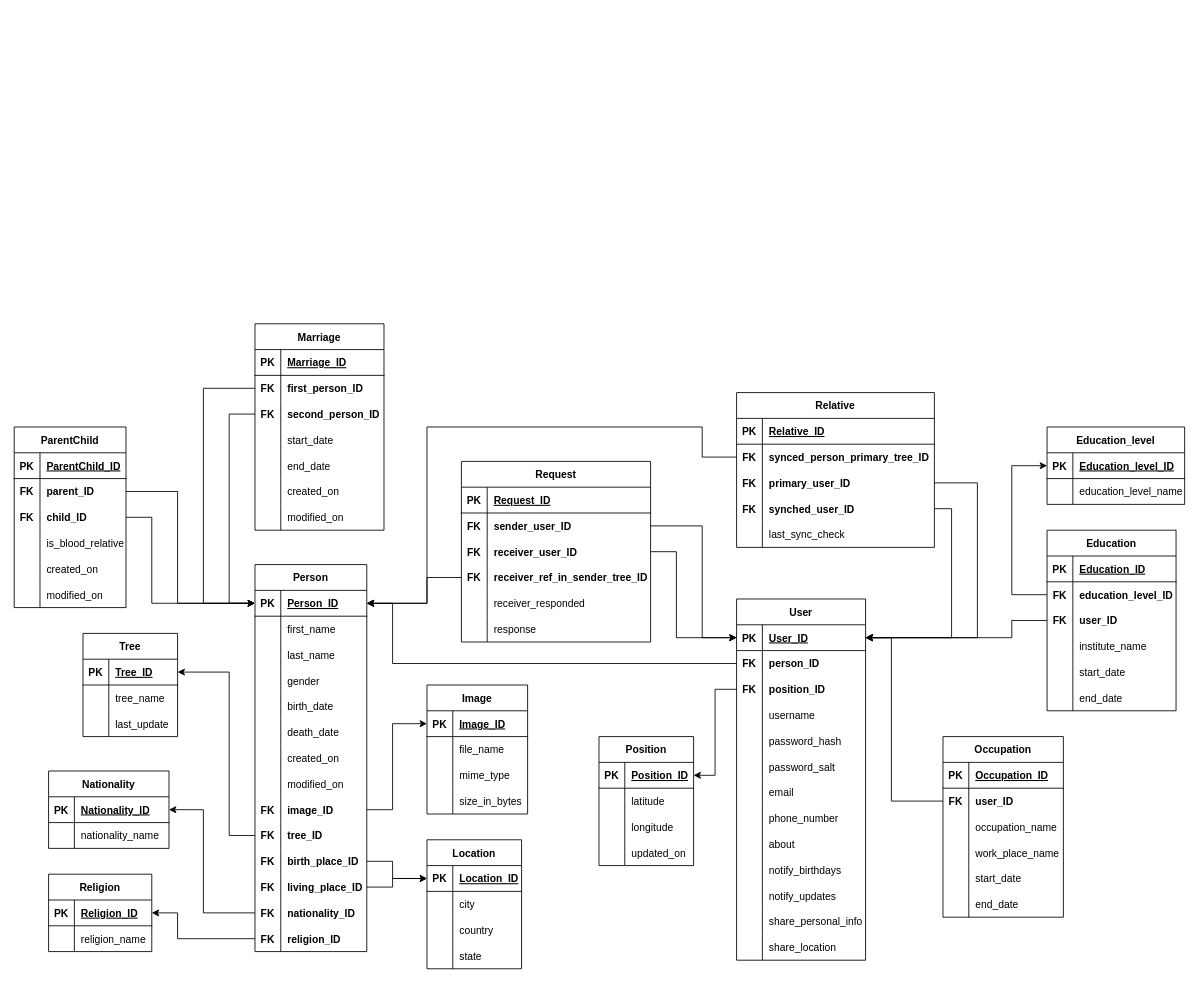
Above: genealoryTree.drawio in bogdandr14/Genealogy-Tree (draw.io), before the change. Source tidied: cells renumbered, new cells numbered last; positions are measured from the earlier drawing's top-left corner, leaving out a move shared by most shapes. Both pictures are drawn from the tidied source at 86%, with x=0, y=0 at pixel (14, 323).
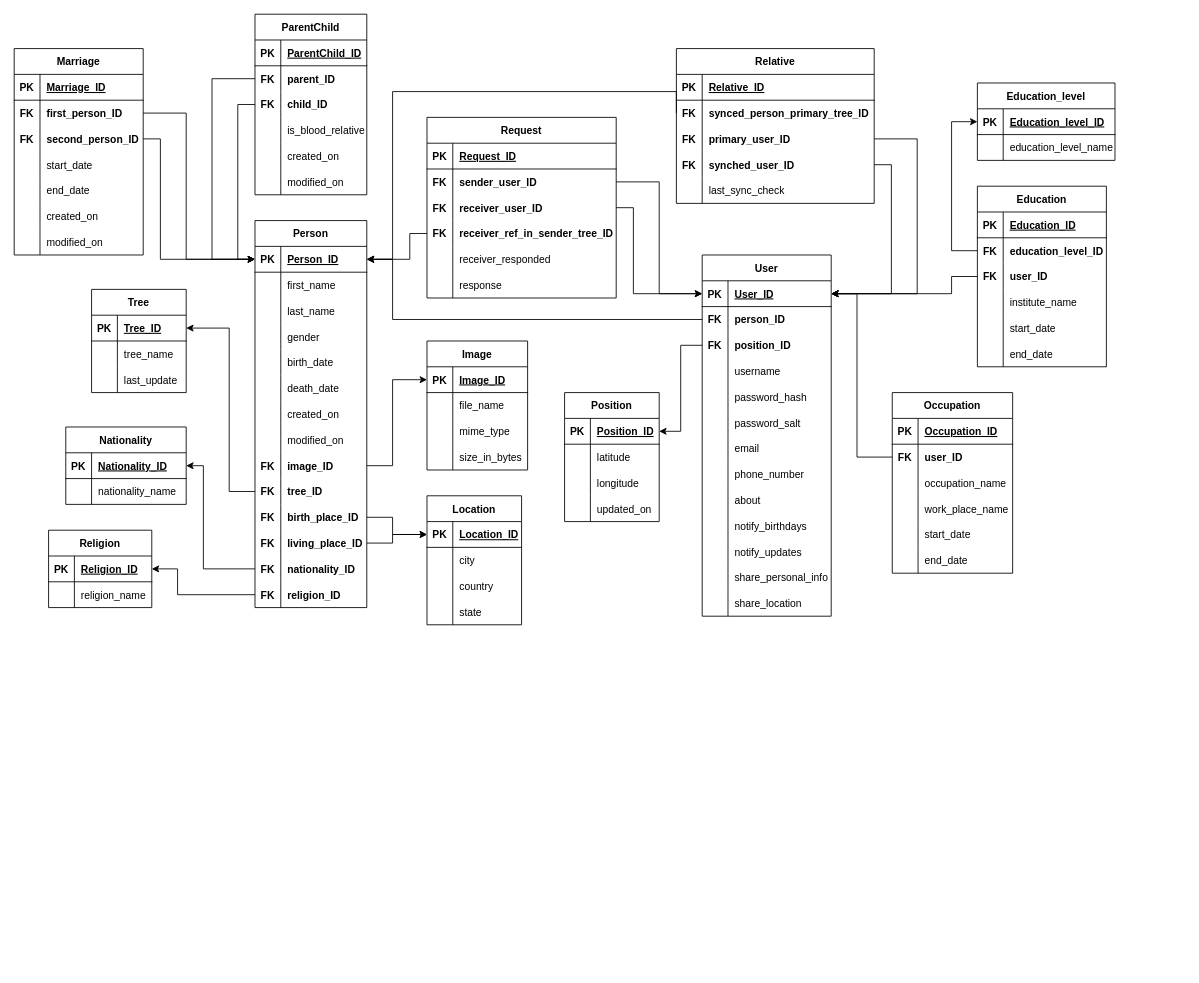
Above is the later version.

The change refers to these unchanged cells:
```xml
<mxCell id="3" style="shape=partialRectangle;fillColor=none;top=0;left=0;bottom=1;right=0;points=[[0,0.5],[1,0.5]];portConstraint=eastwest;" parent="2" vertex="1">
<mxCell id="27" style="shape=partialRectangle;fillColor=none;top=0;left=0;bottom=0;right=0;points=[[0,0.5],[1,0.5]];portConstraint=eastwest;" parent="2" vertex="1">
<mxCell id="30" style="shape=partialRectangle;fillColor=none;top=0;left=0;bottom=0;right=0;points=[[0,0.5],[1,0.5]];portConstraint=eastwest;fontStyle=1;" parent="2" vertex="1">
<mxCell id="33" style="shape=partialRectangle;fillColor=none;top=0;left=0;bottom=0;right=0;points=[[0,0.5],[1,0.5]];portConstraint=eastwest;" parent="2" vertex="1">
<mxCell id="36" style="shape=partialRectangle;fillColor=none;top=0;left=0;bottom=0;right=0;points=[[0,0.5],[1,0.5]];portConstraint=eastwest;" parent="2" vertex="1">
<mxCell id="39" style="shape=partialRectangle;fillColor=none;top=0;left=0;bottom=0;right=0;points=[[0,0.5],[1,0.5]];portConstraint=eastwest;" parent="2" vertex="1">
<mxCell id="42" style="shape=partialRectangle;fillColor=none;top=0;left=0;bottom=0;right=0;points=[[0,0.5],[1,0.5]];portConstraint=eastwest;" parent="2" vertex="1">
<mxCell id="51" style="shape=partialRectangle;fillColor=none;top=0;left=0;bottom=0;right=0;points=[[0,0.5],[1,0.5]];portConstraint=eastwest;fontStyle=1;" parent="47" vertex="1">
<mxCell id="54" style="shape=partialRectangle;fillColor=none;top=0;left=0;bottom=0;right=0;points=[[0,0.5],[1,0.5]];portConstraint=eastwest;fontStyle=1;" parent="47" vertex="1">
<mxCell id="73" style="shape=partialRectangle;fillColor=none;top=0;left=0;bottom=0;right=0;points=[[0,0.5],[1,0.5]];portConstraint=eastwest;fontStyle=1;" parent="69" vertex="1">
<mxCell id="76" style="shape=partialRectangle;fillColor=none;top=0;left=0;bottom=0;right=0;points=[[0,0.5],[1,0.5]];portConstraint=eastwest;fontStyle=1;" parent="69" vertex="1">
<mxCell id="79" style="shape=partialRectangle;fillColor=none;top=0;left=0;bottom=0;right=0;points=[[0,0.5],[1,0.5]];portConstraint=eastwest;fontStyle=1;" parent="69" vertex="1">
<mxCell id="86" style="shape=partialRectangle;fillColor=none;top=0;left=0;bottom=1;right=0;points=[[0,0.5],[1,0.5]];portConstraint=eastwest;" parent="85" vertex="1">
<mxCell id="89" style="shape=partialRectangle;fillColor=none;top=0;left=0;bottom=0;right=0;points=[[0,0.5],[1,0.5]];portConstraint=eastwest;fontStyle=1;" parent="85" vertex="1">
<mxCell id="126" style="shape=partialRectangle;fillColor=none;top=0;left=0;bottom=1;right=0;points=[[0,0.5],[1,0.5]];portConstraint=eastwest;" parent="125" vertex="1">
<mxCell id="147" style="shape=partialRectangle;fillColor=none;top=0;left=0;bottom=0;right=0;points=[[0,0.5],[1,0.5]];portConstraint=eastwest;fontStyle=1;" parent="143" vertex="1">
<mxCell id="150" style="shape=partialRectangle;fillColor=none;top=0;left=0;bottom=0;right=0;points=[[0,0.5],[1,0.5]];portConstraint=eastwest;fontStyle=1;" parent="143" vertex="1">
<mxCell id="164" style="shape=partialRectangle;fillColor=none;top=0;left=0;bottom=1;right=0;points=[[0,0.5],[1,0.5]];portConstraint=eastwest;" parent="163" vertex="1">
<mxCell id="175" style="shape=partialRectangle;fillColor=none;top=0;left=0;bottom=0;right=0;points=[[0,0.5],[1,0.5]];portConstraint=eastwest;fontStyle=1;" parent="171" vertex="1">
<mxCell id="194" style="shape=partialRectangle;fillColor=none;top=0;left=0;bottom=0;right=0;points=[[0,0.5],[1,0.5]];portConstraint=eastwest;fontStyle=1;" parent="190" vertex="1">
<mxCell id="197" style="shape=partialRectangle;fillColor=none;top=0;left=0;bottom=0;right=0;points=[[0,0.5],[1,0.5]];portConstraint=eastwest;fontStyle=1;" parent="190" vertex="1">
<mxCell id="200" style="shape=partialRectangle;fillColor=none;top=0;left=0;bottom=0;right=0;points=[[0,0.5],[1,0.5]];portConstraint=eastwest;fontStyle=1;" parent="190" vertex="1">
<mxCell id="217" style="shape=partialRectangle;fillColor=none;top=0;left=0;bottom=0;right=0;points=[[0,0.5],[1,0.5]];portConstraint=eastwest;fontStyle=1;" parent="213" vertex="1">
<mxCell id="220" style="shape=partialRectangle;fillColor=none;top=0;left=0;bottom=0;right=0;points=[[0,0.5],[1,0.5]];portConstraint=eastwest;fontStyle=1;" parent="213" vertex="1">
<mxCell id="235" style="shape=partialRectangle;fillColor=none;top=0;left=0;bottom=1;right=0;points=[[0,0.5],[1,0.5]];portConstraint=eastwest;" parent="234" vertex="1">
<mxCell id="244" style="shape=partialRectangle;fillColor=none;top=0;left=0;bottom=1;right=0;points=[[0,0.5],[1,0.5]];portConstraint=eastwest;" parent="243" vertex="1">
<mxCell id="254" style="shape=partialRectangle;fillColor=none;top=0;left=0;bottom=1;right=0;points=[[0,0.5],[1,0.5]];portConstraint=eastwest;" parent="253" vertex="1">
<mxCell id="268" style="shape=partialRectangle;fillColor=none;top=0;left=0;bottom=1;right=0;points=[[0,0.5],[1,0.5]];portConstraint=eastwest;" parent="267" vertex="1">
```

Diff of the diagram source:
```diff
@@
     <mxCell id="2" value="Person" style="shape=table;startSize=30;childLayout=tableLayout;rowLines=0;fontStyle=1;align=center;" parent="1" vertex="1">
-      <mxGeometry x="280" y="280" width="130" height="450" as="geometry" />
+      <mxGeometry x="280" y="-120" width="130" height="450" as="geometry" />
     </mxCell>
@@
-    <mxCell id="45" style="edgeStyle=orthogonalEdgeStyle;rounded=0;jettySize=auto;html=1;exitX=0;exitY=0.5;exitDx=0;exitDy=0;entryX=0;entryY=0.5;entryDx=0;entryDy=0;" parent="1" edge="1" source="54" target="3">
+    <mxCell id="45" style="edgeStyle=orthogonalEdgeStyle;rounded=0;jettySize=auto;html=1;exitX=1;exitY=0.5;exitDx=0;exitDy=0;entryX=0;entryY=0.5;entryDx=0;entryDy=0;" parent="1" edge="1" source="54" target="3">
       <mxGeometry relative="1" as="geometry">
         <Array as="points">
-          <mxPoint x="250" y="105" />
-          <mxPoint x="250" y="325" />
+          <mxPoint x="170" y="-215" />
+          <mxPoint x="170" y="-75" />
         </Array>
       </mxGeometry>
     </mxCell>
-    <mxCell id="46" style="edgeStyle=orthogonalEdgeStyle;rounded=0;jettySize=auto;html=1;exitX=0;exitY=0.5;exitDx=0;exitDy=0;entryX=0;entryY=0.5;entryDx=0;entryDy=0;" parent="1" edge="1" source="51" target="3">
+    <mxCell id="46" style="edgeStyle=orthogonalEdgeStyle;rounded=0;jettySize=auto;html=1;exitX=1;exitY=0.5;exitDx=0;exitDy=0;entryX=0;entryY=0.5;entryDx=0;entryDy=0;" parent="1" edge="1" source="51" target="3">
       <mxGeometry relative="1" as="geometry">
         <Array as="points">
-          <mxPoint x="220" y="75" />
-          <mxPoint x="220" y="325" />
+          <mxPoint x="200" y="-245" />
+          <mxPoint x="200" y="-75" />
         </Array>
       </mxGeometry>
     </mxCell>
     <mxCell id="47" value="Marriage" style="shape=table;startSize=30;childLayout=tableLayout;rowLines=0;fontStyle=1;align=center;" parent="1" vertex="1">
-      <mxGeometry x="280" width="150" height="240" as="geometry" />
+      <mxGeometry y="-320" width="150" height="240" as="geometry" />
     </mxCell>
@@
     <mxCell id="69" value="Relative" style="shape=table;startSize=30;childLayout=tableLayout;rowLines=0;fontStyle=1;align=center;" parent="1" vertex="1">
-      <mxGeometry x="840" y="80" width="230" height="180" as="geometry" />
+      <mxGeometry x="770" y="-320" width="230" height="180" as="geometry" />
     </mxCell>
@@
     <mxCell id="85" value="User" style="shape=table;startSize=30;childLayout=tableLayout;rowLines=0;fontStyle=1;align=center;" parent="1" vertex="1">
-      <mxGeometry x="840" y="320" width="150" height="420" as="geometry" />
+      <mxGeometry x="800" y="-80" width="150" height="420" as="geometry" />
     </mxCell>
@@
     <mxCell id="125" value="Location" style="shape=table;startSize=30;childLayout=tableLayout;rowLines=0;fontStyle=1;align=center;" parent="1" vertex="1">
-      <mxGeometry x="480" y="600" width="110" height="150" as="geometry" />
+      <mxGeometry x="480" y="200" width="110" height="150" as="geometry" />
     </mxCell>
@@
     <mxCell id="138" style="edgeStyle=orthogonalEdgeStyle;rounded=0;jettySize=auto;html=1;exitX=1;exitY=0.5;exitDx=0;exitDy=0;entryX=0;entryY=0.5;entryDx=0;entryDy=0;" parent="1" edge="1" source="36" target="126">
       <mxGeometry relative="1" as="geometry">
         <Array as="points">
-          <mxPoint x="440" y="655" />
-          <mxPoint x="440" y="645" />
+          <mxPoint x="440" y="255" />
+          <mxPoint x="440" y="245" />
         </Array>
       </mxGeometry>
     </mxCell>
     <mxCell id="139" style="edgeStyle=orthogonalEdgeStyle;rounded=0;jettySize=auto;html=1;exitX=0;exitY=0.5;exitDx=0;exitDy=0;entryX=1;entryY=0.5;entryDx=0;entryDy=0;" parent="1" edge="1" source="89" target="3">
       <mxGeometry relative="1" as="geometry">
         <Array as="points">
-          <mxPoint x="440" y="395" />
-          <mxPoint x="440" y="325" />
+          <mxPoint x="440" y="-5" />
+          <mxPoint x="440" y="-75" />
         </Array>
       </mxGeometry>
     </mxCell>
     <mxCell id="140" style="edgeStyle=orthogonalEdgeStyle;rounded=0;jettySize=auto;html=1;exitX=1;exitY=0.5;exitDx=0;exitDy=0;entryX=1;entryY=0.5;entryDx=0;entryDy=0;" parent="1" edge="1" source="79" target="86">
       <mxGeometry relative="1" as="geometry">
         <Array as="points">
-          <mxPoint x="1090" y="215" />
-          <mxPoint x="1090" y="365" />
+          <mxPoint x="1020" y="-185" />
+          <mxPoint x="1020" y="-35" />
         </Array>
       </mxGeometry>
     </mxCell>
     <mxCell id="141" style="edgeStyle=orthogonalEdgeStyle;rounded=0;jettySize=auto;html=1;exitX=1;exitY=0.5;exitDx=0;exitDy=0;entryX=1;entryY=0.5;entryDx=0;entryDy=0;" parent="1" edge="1" source="76" target="86">
       <mxGeometry relative="1" as="geometry">
         <Array as="points">
-          <mxPoint x="1120" y="185" />
-          <mxPoint x="1120" y="365" />
+          <mxPoint x="1050" y="-215" />
+          <mxPoint x="1050" y="-35" />
         </Array>
       </mxGeometry>
     </mxCell>
     <mxCell id="142" style="edgeStyle=orthogonalEdgeStyle;rounded=0;jettySize=auto;html=1;exitX=1;exitY=0.5;exitDx=0;exitDy=0;entryX=0;entryY=0.5;entryDx=0;entryDy=0;" parent="1" edge="1" source="33" target="126">
       <mxGeometry relative="1" as="geometry">
         <Array as="points">
-          <mxPoint x="440" y="625" />
-          <mxPoint x="440" y="645" />
+          <mxPoint x="440" y="225" />
+          <mxPoint x="440" y="245" />
         </Array>
       </mxGeometry>
     </mxCell>
     <mxCell id="143" value="Education" style="shape=table;startSize=30;childLayout=tableLayout;rowLines=0;fontStyle=1;align=center;" parent="1" vertex="1">
-      <mxGeometry x="1201" y="240" width="150" height="210" as="geometry" />
+      <mxGeometry x="1120" y="-160" width="150" height="210" as="geometry" />
     </mxCell>
@@
     <mxCell id="162" style="edgeStyle=orthogonalEdgeStyle;rounded=0;jettySize=auto;html=1;exitX=0;exitY=0.5;exitDx=0;exitDy=0;entryX=1;entryY=0.5;entryDx=0;entryDy=0;" parent="1" edge="1" source="150" target="86">
       <mxGeometry relative="1" as="geometry">
         <Array as="points">
-          <mxPoint x="1160" y="345" />
-          <mxPoint x="1160" y="365" />
+          <mxPoint x="1090" y="-55" />
+          <mxPoint x="1090" y="-35" />
         </Array>
       </mxGeometry>
     </mxCell>
     <mxCell id="163" value="Religion" style="shape=table;startSize=30;childLayout=tableLayout;rowLines=0;fontStyle=1;align=center;" parent="1" vertex="1">
-      <mxGeometry x="40" y="640" width="120" height="90" as="geometry" />
+      <mxGeometry x="40" y="240" width="120" height="90" as="geometry" />
     </mxCell>
@@
     <mxCell id="170" style="edgeStyle=orthogonalEdgeStyle;rounded=0;jettySize=auto;html=1;exitX=0;exitY=0.5;exitDx=0;exitDy=0;" parent="1" edge="1" source="42" target="164">
       <mxGeometry relative="1" as="geometry">
         <Array as="points">
-          <mxPoint x="190" y="715" />
-          <mxPoint x="190" y="685" />
+          <mxPoint x="190" y="315" />
+          <mxPoint x="190" y="285" />
         </Array>
       </mxGeometry>
     </mxCell>
     <mxCell id="171" value="Occupation" style="shape=table;startSize=30;childLayout=tableLayout;rowLines=0;fontStyle=1;align=center;" parent="1" vertex="1">
-      <mxGeometry x="1080" y="480" width="140" height="210" as="geometry" />
+      <mxGeometry x="1021" y="80" width="140" height="210" as="geometry" />
     </mxCell>
@@
     <mxCell id="190" value="Request" style="shape=table;startSize=30;childLayout=tableLayout;rowLines=0;fontStyle=1;align=center;" parent="1" vertex="1">
-      <mxGeometry x="520" y="160" width="220" height="210" as="geometry" />
+      <mxGeometry x="480" y="-240" width="220" height="210" as="geometry" />
     </mxCell>
@@
     <mxCell id="209" style="edgeStyle=orthogonalEdgeStyle;rounded=0;jettySize=auto;html=1;exitX=0;exitY=0.5;exitDx=0;exitDy=0;entryX=1;entryY=0.5;entryDx=0;entryDy=0;" parent="1" edge="1" source="175" target="86">
       <mxGeometry relative="1" as="geometry">
         <Array as="points">
-          <mxPoint x="1020" y="555" />
-          <mxPoint x="1020" y="365" />
+          <mxPoint x="980" y="155" />
+          <mxPoint x="980" y="-35" />
         </Array>
       </mxGeometry>
     </mxCell>
     <mxCell id="210" style="edgeStyle=orthogonalEdgeStyle;rounded=0;jettySize=auto;html=1;exitX=1;exitY=0.5;exitDx=0;exitDy=0;entryX=0;entryY=0.5;entryDx=0;entryDy=0;" parent="1" edge="1" source="194" target="86">
       <mxGeometry relative="1" as="geometry">
         <Array as="points">
-          <mxPoint x="800" y="235" />
-          <mxPoint x="800" y="365" />
+          <mxPoint x="750" y="-165" />
+          <mxPoint x="750" y="-35" />
         </Array>
       </mxGeometry>
     </mxCell>
     <mxCell id="211" style="edgeStyle=orthogonalEdgeStyle;rounded=0;jettySize=auto;html=1;exitX=1;exitY=0.5;exitDx=0;exitDy=0;entryX=0;entryY=0.5;entryDx=0;entryDy=0;" parent="1" edge="1" source="197" target="86">
       <mxGeometry relative="1" as="geometry">
         <Array as="points">
-          <mxPoint x="770" y="265" />
-          <mxPoint x="770" y="365" />
+          <mxPoint x="720" y="-135" />
+          <mxPoint x="720" y="-35" />
         </Array>
       </mxGeometry>
     </mxCell>
     <mxCell id="212" style="edgeStyle=orthogonalEdgeStyle;rounded=0;jettySize=auto;html=1;exitX=0;exitY=0.5;exitDx=0;exitDy=0;entryX=1;entryY=0.5;entryDx=0;entryDy=0;" parent="1" edge="1" source="200" target="3">
       <mxGeometry relative="1" as="geometry">
         <Array as="points">
-          <mxPoint x="480" y="295" />
-          <mxPoint x="480" y="325" />
+          <mxPoint x="460" y="-105" />
+          <mxPoint x="460" y="-75" />
         </Array>
       </mxGeometry>
     </mxCell>
     <mxCell id="213" value="ParentChild" style="shape=table;startSize=30;childLayout=tableLayout;rowLines=0;fontStyle=1;align=center;" parent="1" vertex="1">
-      <mxGeometry y="120" width="130" height="210" as="geometry" />
+      <mxGeometry x="280" y="-360" width="130" height="210" as="geometry" />
     </mxCell>
@@
-    <mxCell id="232" style="edgeStyle=orthogonalEdgeStyle;rounded=0;jettySize=auto;html=1;exitX=1;exitY=0.5;exitDx=0;exitDy=0;" parent="1" edge="1" source="217" target="3">
+    <mxCell id="232" style="edgeStyle=orthogonalEdgeStyle;rounded=0;jettySize=auto;html=1;exitX=0;exitY=0.5;exitDx=0;exitDy=0;" parent="1" edge="1" source="217" target="3">
       <mxGeometry relative="1" as="geometry">
         <Array as="points">
-          <mxPoint x="190" y="195" />
-          <mxPoint x="190" y="325" />
+          <mxPoint x="230" y="-285" />
+          <mxPoint x="230" y="-75" />
         </Array>
       </mxGeometry>
     </mxCell>
-    <mxCell id="233" style="edgeStyle=orthogonalEdgeStyle;rounded=0;jettySize=auto;html=1;exitX=1;exitY=0.5;exitDx=0;exitDy=0;entryX=0;entryY=0.5;entryDx=0;entryDy=0;" parent="1" edge="1" source="220" target="3">
+    <mxCell id="233" style="edgeStyle=orthogonalEdgeStyle;rounded=0;jettySize=auto;html=1;exitX=0;exitY=0.5;exitDx=0;exitDy=0;entryX=0;entryY=0.5;entryDx=0;entryDy=0;" parent="1" edge="1" source="220" target="3">
       <mxGeometry relative="1" as="geometry">
         <Array as="points">
-          <mxPoint x="160" y="225" />
-          <mxPoint x="160" y="325" />
+          <mxPoint x="260" y="-255" />
+          <mxPoint x="260" y="-75" />
         </Array>
       </mxGeometry>
     </mxCell>
     <mxCell id="234" value="Nationality" style="shape=table;startSize=30;childLayout=tableLayout;rowLines=0;fontStyle=1;align=center;" parent="1" vertex="1">
-      <mxGeometry x="40" y="520" width="140" height="90" as="geometry" />
+      <mxGeometry x="60" y="120" width="140" height="90" as="geometry" />
     </mxCell>
@@
     <mxCell id="241" style="edgeStyle=orthogonalEdgeStyle;rounded=0;jettySize=auto;html=1;exitX=0;exitY=0.5;exitDx=0;exitDy=0;entryX=1;entryY=0.5;entryDx=0;entryDy=0;" parent="1" edge="1" source="39" target="235">
       <mxGeometry relative="1" as="geometry">
         <Array as="points">
-          <mxPoint x="220" y="685" />
-          <mxPoint x="220" y="565" />
+          <mxPoint x="220" y="285" />
+          <mxPoint x="220" y="165" />
         </Array>
       </mxGeometry>
     </mxCell>
     <mxCell id="242" style="edgeStyle=orthogonalEdgeStyle;rounded=0;jettySize=auto;html=1;exitX=0;exitY=0.5;exitDx=0;exitDy=0;entryX=1;entryY=0.5;entryDx=0;entryDy=0;" parent="1" edge="1" source="30" target="244">
       <mxGeometry relative="1" as="geometry">
         <Array as="points">
-          <mxPoint x="250" y="595" />
-          <mxPoint x="250" y="405" />
+          <mxPoint x="250" y="195" />
+          <mxPoint x="250" y="5" />
         </Array>
       </mxGeometry>
     </mxCell>
     <mxCell id="243" value="Tree" style="shape=table;startSize=30;childLayout=tableLayout;rowLines=0;fontStyle=1;align=center;" parent="1" vertex="1">
-      <mxGeometry x="80" y="360" width="110" height="120" as="geometry" />
+      <mxGeometry x="90" y="-40" width="110" height="120" as="geometry" />
     </mxCell>
@@
     <mxCell id="253" value="Image" style="shape=table;startSize=30;childLayout=tableLayout;rowLines=0;fontStyle=1;align=center;" parent="1" vertex="1">
-      <mxGeometry x="480" y="420" width="117" height="150" as="geometry" />
+      <mxGeometry x="480" y="20" width="117" height="150" as="geometry" />
     </mxCell>
@@
     <mxCell id="266" style="edgeStyle=orthogonalEdgeStyle;rounded=0;jettySize=auto;html=1;exitX=1;exitY=0.5;exitDx=0;exitDy=0;entryX=0;entryY=0.5;entryDx=0;entryDy=0;" parent="1" edge="1" source="27" target="254">
       <mxGeometry relative="1" as="geometry">
         <Array as="points">
-          <mxPoint x="440" y="565" />
-          <mxPoint x="440" y="465" />
+          <mxPoint x="440" y="165" />
+          <mxPoint x="440" y="65" />
         </Array>
       </mxGeometry>
     </mxCell>
     <mxCell id="267" value="Education_level" style="shape=table;startSize=30;childLayout=tableLayout;rowLines=0;fontStyle=1;align=center;" parent="1" vertex="1">
-      <mxGeometry x="1201" y="120" width="160" height="90" as="geometry" />
+      <mxGeometry x="1120" y="-280" width="160" height="90" as="geometry" />
     </mxCell>
@@
     <mxCell id="274" style="edgeStyle=orthogonalEdgeStyle;rounded=0;jettySize=auto;html=1;exitX=0;exitY=0.5;exitDx=0;exitDy=0;" parent="1" edge="1" source="147" target="268">
       <mxGeometry relative="1" as="geometry">
         <Array as="points">
-          <mxPoint x="1160" y="315" />
-          <mxPoint x="1160" y="165" />
+          <mxPoint x="1090" y="-85" />
+          <mxPoint x="1090" y="-235" />
         </Array>
       </mxGeometry>
     </mxCell>
     <mxCell id="275" value="Position" style="shape=table;startSize=30;childLayout=tableLayout;rowLines=0;fontStyle=1;align=center;" parent="1" vertex="1">
-      <mxGeometry x="680" y="480" width="110" height="150" as="geometry" />
+      <mxGeometry x="640" y="80" width="110" height="150" as="geometry" />
     </mxCell>
@@
     <mxCell id="289" style="edgeStyle=orthogonalEdgeStyle;rounded=0;jettySize=auto;html=1;exitX=0;exitY=0.5;exitDx=0;exitDy=0;entryX=1;entryY=0.5;entryDx=0;entryDy=0;" parent="1" edge="1" source="73" target="3">
       <mxGeometry relative="1" as="geometry">
         <Array as="points">
-          <mxPoint x="800" y="155" />
-          <mxPoint x="800" y="120" />
-          <mxPoint x="480" y="120" />
-          <mxPoint x="480" y="325" />
+          <mxPoint x="770" y="-245" />
+          <mxPoint x="770" y="-270" />
+          <mxPoint x="440" y="-270" />
+          <mxPoint x="440" y="-75" />
         </Array>
       </mxGeometry>
     </mxCell>
```
